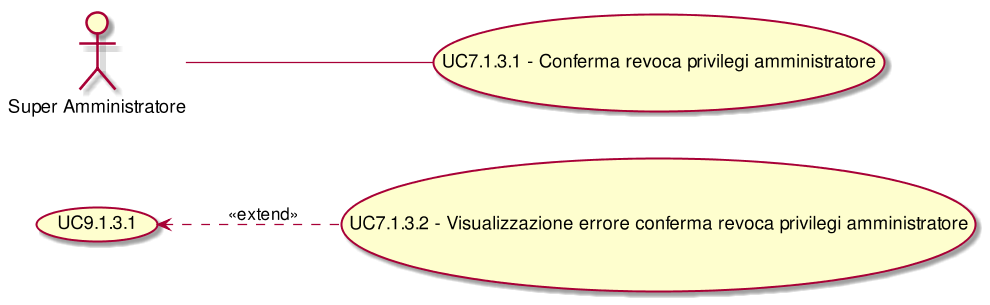
CoCodeSWE/Docs keeps this PlantUML diagram as RR/Esterni/AnalisiDeiRequisiti/images/UseCaseUC713.png. Above is the earlier version.
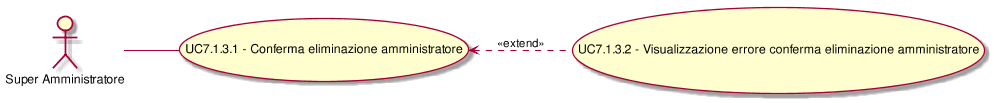
Above is the later version.

Change to the diagram source:
```diff
@@ -1,8 +1,8 @@
 @startuml
 scale 1000*1000
 left to right direction
-(UC9.1.3.1) <.. (UC7.1.3.2): <<extend>>
-( UC7.1.3.1 - Conferma revoca privilegi amministratore ) as (UC7.1.3.1)
+(UC7.1.3.1) <.. (UC7.1.3.2): <<extend>>
+( UC7.1.3.1 - Conferma eliminazione amministratore ) as (UC7.1.3.1)
 :Super Amministratore:--(UC7.1.3.1)
-( UC7.1.3.2 - Visualizzazione errore conferma revoca privilegi amministratore ) as (UC7.1.3.2)
+( UC7.1.3.2 - Visualizzazione errore conferma eliminazione amministratore ) as (UC7.1.3.2)
 @enduml
```
